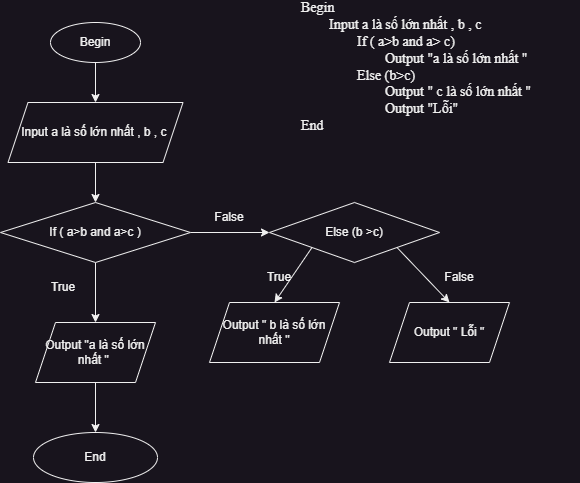
The draw.io diagram Thuật Toán/Số max trong 3 số.png in DuongThiThuHa/A1222I1_DuongThiThuHa, before a commit. Source tidied: cells renumbered, new cells last; positions are measured from the earlier drawing's top-left corner, leaving out a move shared by most shapes.
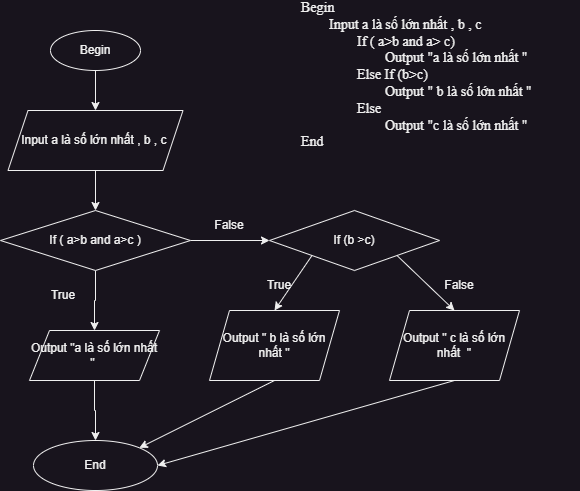
Above is the later version.

Change to the diagram source:
```diff
@@ -27,19 +27,19 @@
       <mxGeometry relative="1" as="geometry" />
     </mxCell>
     <mxCell id="10" value="Output &quot;a là số lớn nhất &quot;&amp;nbsp;" style="shape=parallelogram;perimeter=parallelogramPerimeter;whiteSpace=wrap;html=1;fixedSize=1;" parent="1" vertex="1">
-      <mxGeometry x="35" y="300" width="120" height="60" as="geometry" />
+      <mxGeometry x="29" y="300" width="130" height="50" as="geometry" />
     </mxCell>
-    <mxCell id="11" value="Else (b &amp;gt;c)" style="rhombus;whiteSpace=wrap;html=1;" parent="1" vertex="1">
+    <mxCell id="11" value="If (b &amp;gt;c)" style="rhombus;whiteSpace=wrap;html=1;" parent="1" vertex="1">
       <mxGeometry x="269" y="180" width="170" height="60" as="geometry" />
     </mxCell>
     <mxCell id="12" value="End" style="ellipse;whiteSpace=wrap;html=1;" parent="1" vertex="1">
       <mxGeometry x="33" y="410" width="124" height="50" as="geometry" />
     </mxCell>
     <mxCell id="13" value="Output &quot; b là số lớn nhất &quot;" style="shape=parallelogram;perimeter=parallelogramPerimeter;whiteSpace=wrap;html=1;fixedSize=1;" parent="1" vertex="1">
-      <mxGeometry x="209" y="280" width="130" height="60" as="geometry" />
+      <mxGeometry x="209" y="280" width="130" height="70" as="geometry" />
     </mxCell>
-    <mxCell id="14" value="Output &quot; Lỗi &quot;" style="shape=parallelogram;perimeter=parallelogramPerimeter;whiteSpace=wrap;html=1;fixedSize=1;" parent="1" vertex="1">
-      <mxGeometry x="389" y="280" width="120" height="60" as="geometry" />
+    <mxCell id="14" value="Output &quot; c là số lớn nhất&amp;nbsp; &quot;" style="shape=parallelogram;perimeter=parallelogramPerimeter;whiteSpace=wrap;html=1;fixedSize=1;" parent="1" vertex="1">
+      <mxGeometry x="389" y="280" width="130" height="70" as="geometry" />
     </mxCell>
     <mxCell id="15" style="endArrow=classic;html=1;rounded=0;exitX=1;exitY=1;exitDx=0;exitDy=0;entryX=0.5;entryY=0;entryDx=0;entryDy=0;" parent="1" edge="1" source="11" target="14">
       <mxGeometry relative="1" as="geometry" />
@@ -53,7 +53,7 @@
     <mxCell id="18" value="False" style="text;strokeColor=none;align=center;fillColor=none;html=1;verticalAlign=middle;whiteSpace=wrap;rounded=0;" parent="1" vertex="1">
       <mxGeometry x="199" y="180" width="60" height="30" as="geometry" />
     </mxCell>
-    <mxCell id="19" value="Begin&amp;nbsp;&lt;br&gt;&lt;span style=&quot;white-space: pre;&quot;&gt;&#9;&lt;/span&gt;Input a là số lớn nhất , b , c&lt;br&gt;&lt;span style=&quot;white-space: pre;&quot;&gt;&#9;&lt;/span&gt;&lt;span style=&quot;white-space: pre;&quot;&gt;&#9;&lt;/span&gt;If ( a&amp;gt;b and a&amp;gt; c)&lt;br&gt;&lt;span style=&quot;white-space: pre;&quot;&gt;&#9;&lt;/span&gt;&lt;span style=&quot;white-space: pre;&quot;&gt;&#9;&lt;/span&gt;&lt;span style=&quot;white-space: pre;&quot;&gt;&#9;&lt;/span&gt;Output &quot;a là số lớn nhất &quot;&lt;br&gt;&lt;span style=&quot;white-space: pre;&quot;&gt;&#9;&lt;/span&gt;&lt;span style=&quot;white-space: pre;&quot;&gt;&#9;&lt;/span&gt;Else (b&amp;gt;c)&lt;br&gt;&lt;span style=&quot;white-space: pre;&quot;&gt;&#9;&lt;/span&gt;&lt;span style=&quot;white-space: pre;&quot;&gt;&#9;&lt;/span&gt;&lt;span style=&quot;white-space: pre;&quot;&gt;&#9;&lt;/span&gt;Output &quot; c là số lớn nhất &quot;&lt;br&gt;&lt;span style=&quot;white-space: pre;&quot;&gt;&#9;&lt;/span&gt;&lt;span style=&quot;white-space: pre;&quot;&gt;&#9;&lt;/span&gt;&lt;span style=&quot;white-space: pre;&quot;&gt;&#9;&lt;/span&gt;Output &quot;Lỗi&quot;&lt;br&gt;End" style="text;html=1;strokeColor=none;fillColor=none;align=left;verticalAlign=middle;whiteSpace=wrap;rounded=0;fontFamily=Times New Roman;fontSize=14;" parent="1" vertex="1">
+    <mxCell id="19" value="Begin&amp;nbsp;&lt;br&gt;&lt;span style=&quot;white-space: pre;&quot;&gt;&#9;&lt;/span&gt;Input a là số lớn nhất , b , c&lt;br&gt;&lt;span style=&quot;white-space: pre;&quot;&gt;&#9;&lt;/span&gt;&lt;span style=&quot;white-space: pre;&quot;&gt;&#9;&lt;/span&gt;If ( a&amp;gt;b and a&amp;gt; c)&lt;br&gt;&lt;span style=&quot;white-space: pre;&quot;&gt;&#9;&lt;/span&gt;&lt;span style=&quot;white-space: pre;&quot;&gt;&#9;&lt;/span&gt;&lt;span style=&quot;white-space: pre;&quot;&gt;&#9;&lt;/span&gt;Output &quot;a là số lớn nhất &quot;&lt;br&gt;&lt;span style=&quot;white-space: pre;&quot;&gt;&#9;&lt;/span&gt;&lt;span style=&quot;white-space: pre;&quot;&gt;&#9;&lt;/span&gt;Else If&amp;nbsp;(b&amp;gt;c)&lt;br&gt;&lt;span style=&quot;white-space: pre;&quot;&gt;&#9;&lt;/span&gt;&lt;span style=&quot;white-space: pre;&quot;&gt;&#9;&lt;/span&gt;&lt;span style=&quot;white-space: pre;&quot;&gt;&#9;&lt;/span&gt;Output &quot; b là số lớn nhất &quot;&lt;br&gt;&lt;span style=&quot;white-space: pre;&quot;&gt;&#9;&lt;/span&gt;&lt;span style=&quot;white-space: pre;&quot;&gt;&#9;&lt;/span&gt;Else&lt;br&gt;&lt;span style=&quot;white-space: pre;&quot;&gt;&#9;&lt;/span&gt;&lt;span style=&quot;white-space: pre;&quot;&gt;&#9;&lt;/span&gt;&lt;span style=&quot;white-space: pre;&quot;&gt;&#9;&lt;/span&gt;Output &quot;c là số lớn nhất &quot;&lt;br&gt;End" style="text;html=1;strokeColor=none;fillColor=none;align=left;verticalAlign=middle;whiteSpace=wrap;rounded=0;fontFamily=Times New Roman;fontSize=14;" parent="1" vertex="1">
       <mxGeometry x="299" y="30" width="280" height="30" as="geometry" />
     </mxCell>
     <mxCell id="20" value="True" style="text;html=1;strokeColor=none;fillColor=none;align=center;verticalAlign=middle;whiteSpace=wrap;rounded=0;" parent="1" vertex="1">
@@ -62,5 +62,11 @@
     <mxCell id="21" value="False" style="text;strokeColor=none;align=center;fillColor=none;html=1;verticalAlign=middle;whiteSpace=wrap;rounded=0;" parent="1" vertex="1">
       <mxGeometry x="429" y="240" width="60" height="30" as="geometry" />
     </mxCell>
+    <mxCell id="22" style="endArrow=classic;html=1;rounded=0;exitX=0.5;exitY=1;exitDx=0;exitDy=0;entryX=1;entryY=0;entryDx=0;entryDy=0;" parent="1" edge="1" source="13" target="12">
+      <mxGeometry relative="1" as="geometry" />
+    </mxCell>
+    <mxCell id="23" style="endArrow=classic;html=1;rounded=0;exitX=0.5;exitY=1;exitDx=0;exitDy=0;entryX=1;entryY=0.5;entryDx=0;entryDy=0;" parent="1" edge="1" source="14" target="12">
+      <mxGeometry relative="1" as="geometry" />
+    </mxCell>
   </root>
 </mxGraphModel>
```
